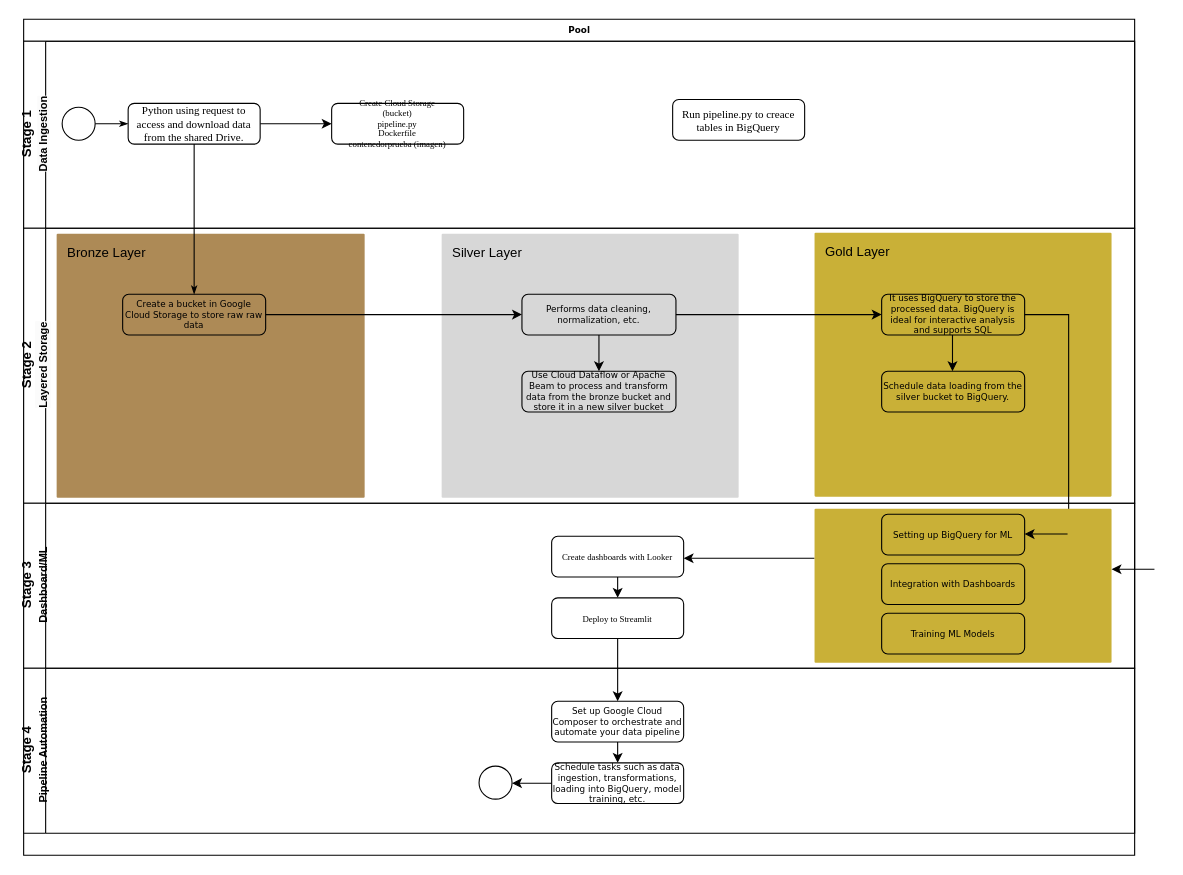
JohannaRangel/FinalProject_YelpGoogleMaps keeps this draw.io diagram as page "Copy of Page-1" (2 of 2) of dashboard/Diagram.drawio. Above is the earlier version. Source tidied: cells renumbered, new cells numbered last; positions are measured from the earlier drawing's top-left corner, leaving out a move shared by most shapes. Both pictures are drawn from the tidied source at 110%, with x=0, y=0 at pixel (23, 19).
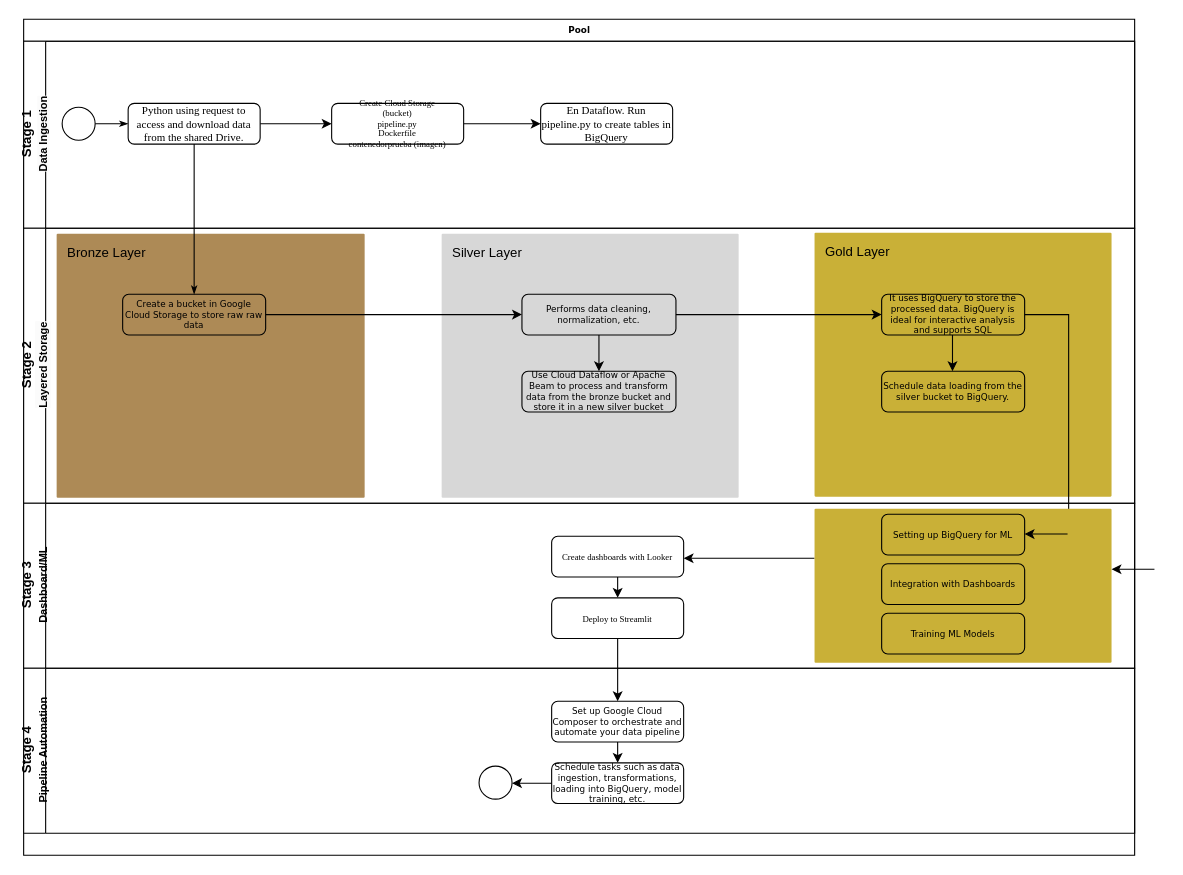
After the change.

The change refers to these unchanged cells:
```xml
<mxCell id="3" value="Stage 1&lt;br&gt;&lt;span style=&quot;font-size: 10px; background-color: rgb(251, 251, 251); text-align: left;&quot;&gt;Data Ingestion&lt;/span&gt;" style="swimlane;html=1;startSize=20;horizontal=0;" parent="2" vertex="1">
  <mxGeometry y="20" width="1010" height="170" as="geometry" />
</mxCell>
<mxCell id="9" value="&lt;div style=&quot;&quot;&gt;&lt;font face=&quot;Times New Roman&quot;&gt;Create Cloud Storage&lt;/font&gt;&lt;br&gt;&lt;/div&gt;&lt;div style=&quot;&quot;&gt;&lt;font face=&quot;Times New Roman&quot;&gt;(bucket)&lt;br&gt;&lt;/font&gt;&lt;/div&gt;&lt;div style=&quot;&quot;&gt;&lt;font face=&quot;Times New Roman&quot;&gt;pipeline.py&lt;/font&gt;&lt;/div&gt;&lt;div style=&quot;&quot;&gt;&lt;font face=&quot;Times New Roman&quot;&gt;Dockerfile&lt;/font&gt;&lt;/div&gt;&lt;div style=&quot;&quot;&gt;&lt;font face=&quot;Times New Roman&quot;&gt;contenedorprueba (imagen)&lt;/font&gt;&lt;/div&gt;" style="rounded=1;whiteSpace=wrap;html=1;shadow=0;labelBackgroundColor=none;strokeWidth=1;fontFamily=Verdana;fontSize=8;align=center;" parent="3" vertex="1">
  <mxGeometry x="280" y="56.5" width="120" height="37" as="geometry" />
</mxCell>
```

Change to the diagram source:
```diff
@@
-    <mxCell id="8" value="&lt;div style=&quot;&quot;&gt;&lt;span style=&quot;font-family: &amp;quot;Times New Roman&amp;quot;; background-color: initial;&quot;&gt;&lt;font style=&quot;font-size: 10px;&quot;&gt;Run pipeline.py to creace tables in BigQuery&lt;/font&gt;&lt;/span&gt;&lt;/div&gt;" style="rounded=1;whiteSpace=wrap;html=1;shadow=0;labelBackgroundColor=none;strokeWidth=1;fontFamily=Verdana;fontSize=8;align=center;" parent="3" vertex="1">
-      <mxGeometry x="590" y="53" width="120" height="37" as="geometry" />
+    <mxCell id="8" value="&lt;div style=&quot;&quot;&gt;&lt;span style=&quot;font-family: &amp;quot;Times New Roman&amp;quot;; background-color: initial;&quot;&gt;&lt;font style=&quot;font-size: 10px;&quot;&gt;En Dataflow. Run pipeline.py to create tables in BigQuery&lt;/font&gt;&lt;/span&gt;&lt;/div&gt;" style="rounded=1;whiteSpace=wrap;html=1;shadow=0;labelBackgroundColor=none;strokeWidth=1;fontFamily=Verdana;fontSize=8;align=center;" parent="3" vertex="1">
+      <mxGeometry x="470" y="56.5" width="120" height="37" as="geometry" />
     </mxCell>
+    <mxCell id="43" style="edgeStyle=orthogonalEdgeStyle;rounded=0;jettySize=auto;html=1;exitX=1;exitY=0.5;exitDx=0;exitDy=0;" parent="3" edge="1" source="9" target="8">
+      <mxGeometry relative="1" as="geometry" />
+    </mxCell>
```
